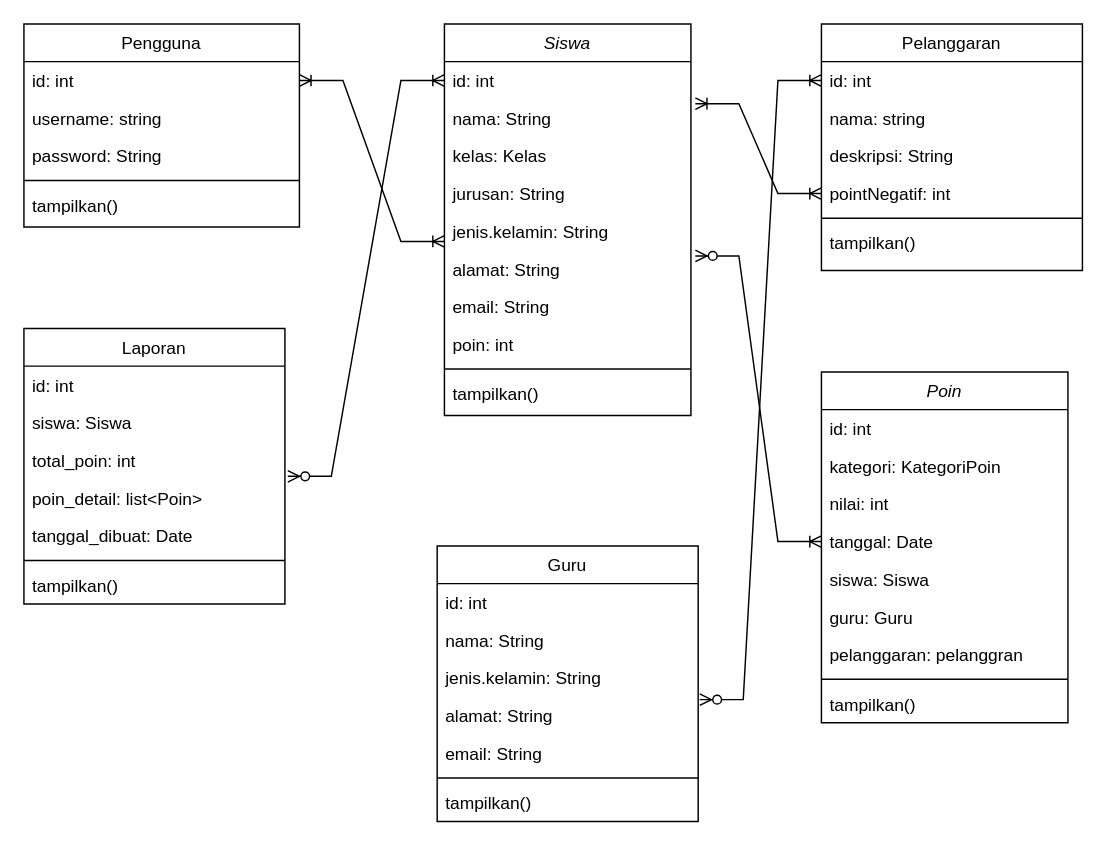
Before: class Diagram.drawio in Deriserin/Tefa-poin, a draw.io diagram. Source tidied: cells renumbered, new cells numbered last; positions are measured from the earlier drawing's top-left corner, leaving out a move shared by most shapes. Both pictures are drawn from the tidied source at 145%, with x=0, y=0 at pixel (23, 23).
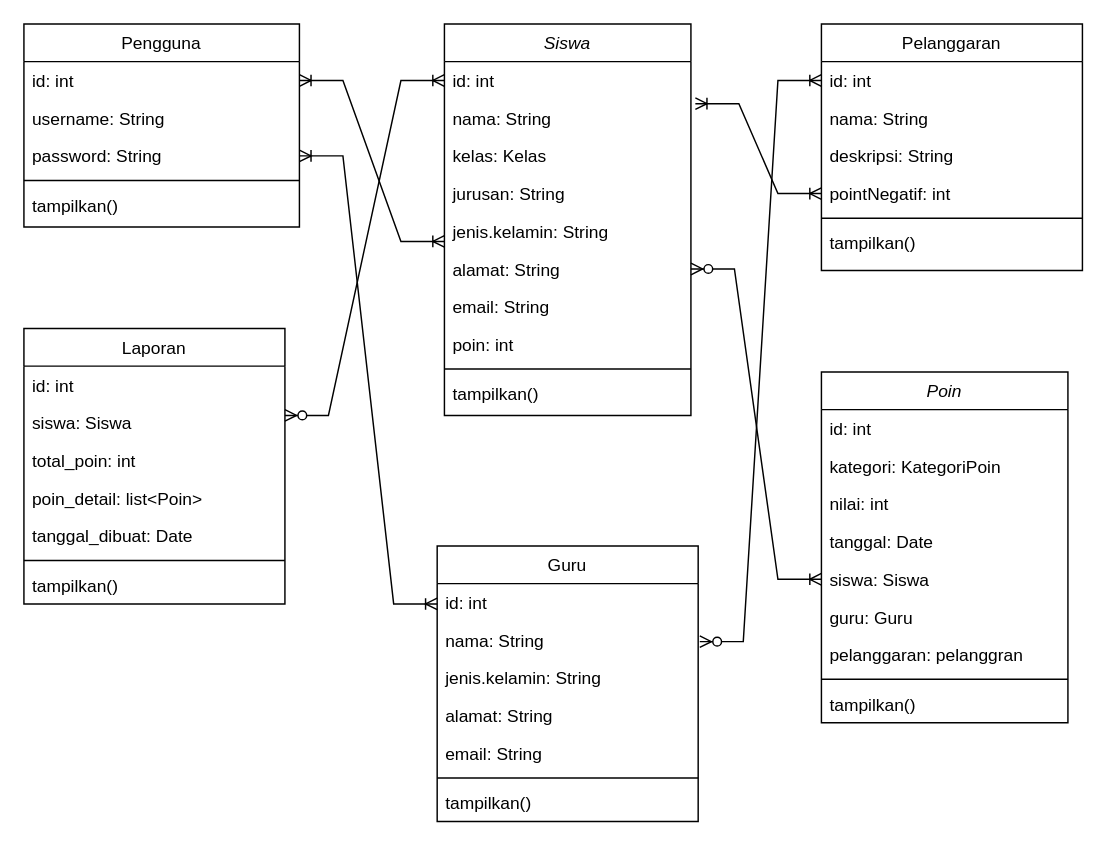
After the change.

The change refers to these unchanged cells:
```xml
<mxCell id="3" value="id: int" style="text;align=left;verticalAlign=top;spacingLeft=4;spacingRight=4;overflow=hidden;points=[[0,0.5],[1,0.5]];portConstraint=eastwest;" parent="2" vertex="1">
  <mxGeometry y="26" width="170" height="26" as="geometry" />
</mxCell>
<mxCell id="8" value="alamat: String" style="text;align=left;verticalAlign=top;spacingLeft=4;spacingRight=4;overflow=hidden;points=[[0,0.5],[1,0.5]];portConstraint=eastwest;rounded=0;shadow=0;html=0;" parent="2" vertex="1">
  <mxGeometry y="156" width="170" height="26" as="geometry" />
</mxCell>
<mxCell id="16" value="jenis.kelamin: String" style="text;align=left;verticalAlign=top;spacingLeft=4;spacingRight=4;overflow=hidden;points=[[0,0.5],[1,0.5]];portConstraint=eastwest;rounded=0;shadow=0;html=0;" parent="13" vertex="1">
  <mxGeometry y="78" width="180" height="26" as="geometry" />
</mxCell>
<mxCell id="21" value="Pelanggaran" style="swimlane;fontStyle=0;align=center;verticalAlign=top;horizontal=1;startSize=26;rounded=0;shadow=0;strokeWidth=1;" parent="1" vertex="1">
  <mxGeometry x="550" width="180" height="170" as="geometry" />
</mxCell>
<mxCell id="22" value="id: int" style="text;align=left;verticalAlign=top;spacingLeft=4;spacingRight=4;overflow=hidden;points=[[0,0.5],[1,0.5]];portConstraint=eastwest;rounded=0;shadow=0;html=0;" parent="21" vertex="1">
  <mxGeometry y="26" width="180" height="26" as="geometry" />
</mxCell>
<mxCell id="32" value="poin_detail: list&lt;Poin&gt;" style="text;align=left;verticalAlign=top;spacingLeft=4;spacingRight=4;overflow=hidden;points=[[0,0.5],[1,0.5]];portConstraint=eastwest;rounded=0;shadow=0;html=0;" parent="28" vertex="1">
  <mxGeometry y="104" width="180" height="26" as="geometry" />
</mxCell>
<mxCell id="36" value="Pengguna" style="swimlane;fontStyle=0;align=center;verticalAlign=top;horizontal=1;startSize=26;rounded=0;shadow=0;strokeWidth=1;" parent="1" vertex="1">
  <mxGeometry width="190" height="140" as="geometry" />
</mxCell>
<mxCell id="39" value="password: String" style="text;align=left;verticalAlign=top;spacingLeft=4;spacingRight=4;overflow=hidden;points=[[0,0.5],[1,0.5]];portConstraint=eastwest;rounded=0;shadow=0;html=0;" parent="36" vertex="1">
  <mxGeometry y="78" width="190" height="26" as="geometry" />
</mxCell>
<mxCell id="46" value="tanggal: Date" style="text;align=left;verticalAlign=top;spacingLeft=4;spacingRight=4;overflow=hidden;points=[[0,0.5],[1,0.5]];portConstraint=eastwest;rounded=0;shadow=0;html=0;" parent="42" vertex="1">
  <mxGeometry y="104" width="170" height="26" as="geometry" />
</mxCell>
<mxCell id="47" value="siswa: Siswa" style="text;align=left;verticalAlign=top;spacingLeft=4;spacingRight=4;overflow=hidden;points=[[0,0.5],[1,0.5]];portConstraint=eastwest;rounded=0;shadow=0;html=0;" parent="42" vertex="1">
  <mxGeometry y="130" width="170" height="26" as="geometry" />
</mxCell>
```

The edit, as a diff of the source:
```diff
@@
-    <mxCell id="23" value="nama: string" style="text;align=left;verticalAlign=top;spacingLeft=4;spacingRight=4;overflow=hidden;rounded=0;shadow=0;html=0;" parent="21" vertex="1">
+    <mxCell id="23" value="nama: String" style="text;align=left;verticalAlign=top;spacingLeft=4;spacingRight=4;overflow=hidden;rounded=0;shadow=0;html=0;" parent="21" vertex="1">
       <mxGeometry y="52" width="180" height="26" as="geometry" />
     </mxCell>
@@
-    <mxCell id="38" value="username: string" style="text;align=left;verticalAlign=top;spacingLeft=4;spacingRight=4;overflow=hidden;rounded=0;shadow=0;html=0;" parent="36" vertex="1">
+    <mxCell id="38" value="username: String" style="text;align=left;verticalAlign=top;spacingLeft=4;spacingRight=4;overflow=hidden;rounded=0;shadow=0;html=0;" parent="36" vertex="1">
       <mxGeometry y="52" width="190" height="26" as="geometry" />
     </mxCell>
@@
-    <mxCell id="52" style="edgeStyle=entityRelationEdgeStyle;fontSize=12;html=1;endArrow=ERoneToMany;startArrow=ERzeroToMany;rounded=0;entryX=0;entryY=0.5;entryDx=0;entryDy=0;exitX=1.018;exitY=0.154;exitDx=0;exitDy=0;exitPerimeter=0;" parent="1" edge="1" source="8" target="46">
+    <mxCell id="52" style="edgeStyle=entityRelationEdgeStyle;fontSize=12;html=1;endArrow=ERoneToMany;startArrow=ERzeroToMany;rounded=0;entryX=0;entryY=0.5;entryDx=0;entryDy=0;exitX=1;exitY=0.5;exitDx=0;exitDy=0;" parent="1" edge="1" source="8" target="47">
       <mxGeometry relative="1" as="geometry">
         <Array as="points">
           <mxPoint x="540" y="350" />
+          <mxPoint x="550" y="370" />
         </Array>
       </mxGeometry>
     </mxCell>
@@
-    <mxCell id="55" style="edgeStyle=entityRelationEdgeStyle;fontSize=12;html=1;endArrow=ERoneToMany;startArrow=ERzeroToMany;rounded=0;exitX=1.011;exitY=-0.077;exitDx=0;exitDy=0;exitPerimeter=0;entryX=0;entryY=0.5;entryDx=0;entryDy=0;" parent="1" edge="1" source="32" target="3">
+    <mxCell id="55" style="edgeStyle=entityRelationEdgeStyle;fontSize=12;html=1;endArrow=ERoneToMany;startArrow=ERzeroToMany;rounded=0;exitX=1.011;exitY=-0.077;exitDx=0;exitDy=0;exitPerimeter=0;entryX=0;entryY=0.5;entryDx=0;entryDy=0;" parent="1" edge="1" target="3">
       <mxGeometry relative="1" as="geometry">
+        <mxPoint x="180" y="270" as="sourcePoint" />
         <Array as="points">
-          <mxPoint x="270" y="170" />
+          <mxPoint x="268" y="128" />
+          <mxPoint x="278" y="47" />
         </Array>
       </mxGeometry>
     </mxCell>
-    <mxCell id="56" style="edgeStyle=entityRelationEdgeStyle;fontSize=12;html=1;endArrow=ERoneToMany;startArrow=ERzeroToMany;rounded=0;entryX=0;entryY=0.5;entryDx=0;entryDy=0;exitX=1.006;exitY=1.077;exitDx=0;exitDy=0;exitPerimeter=0;" parent="1" edge="1" source="16" target="22">
+    <mxCell id="56" style="edgeStyle=entityRelationEdgeStyle;fontSize=12;html=1;endArrow=ERoneToMany;startArrow=ERzeroToMany;rounded=0;entryX=0;entryY=0.5;entryDx=0;entryDy=0;exitX=1.006;exitY=1.115;exitDx=0;exitDy=0;exitPerimeter=0;" parent="1" edge="1" target="22">
       <mxGeometry relative="1" as="geometry">
+        <mxPoint x="466.1" y="426" as="sourcePoint" />
         <Array as="points">
-          <mxPoint x="470" y="460" />
+          <mxPoint x="480" y="421" />
+          <mxPoint x="466" y="411" />
+          <mxPoint x="470" y="461" />
+          <mxPoint x="470" y="431" />
+          <mxPoint x="466" y="411" />
+          <mxPoint x="470" y="471" />
         </Array>
       </mxGeometry>
     </mxCell>
+    <mxCell id="57" style="edgeStyle=entityRelationEdgeStyle;fontSize=12;html=1;endArrow=ERoneToMany;startArrow=ERoneToMany;rounded=0;exitX=1;exitY=0.5;exitDx=0;exitDy=0;entryX=0;entryY=0.5;entryDx=0;entryDy=0;" parent="1" edge="1" source="39">
+      <mxGeometry relative="1" as="geometry">
+        <mxPoint x="285" y="400" as="targetPoint" />
+        <Array as="points">
+          <mxPoint x="200" y="80" />
+          <mxPoint x="360" y="265" />
+          <mxPoint x="390" y="235" />
+        </Array>
+      </mxGeometry>
+    </mxCell>
```
